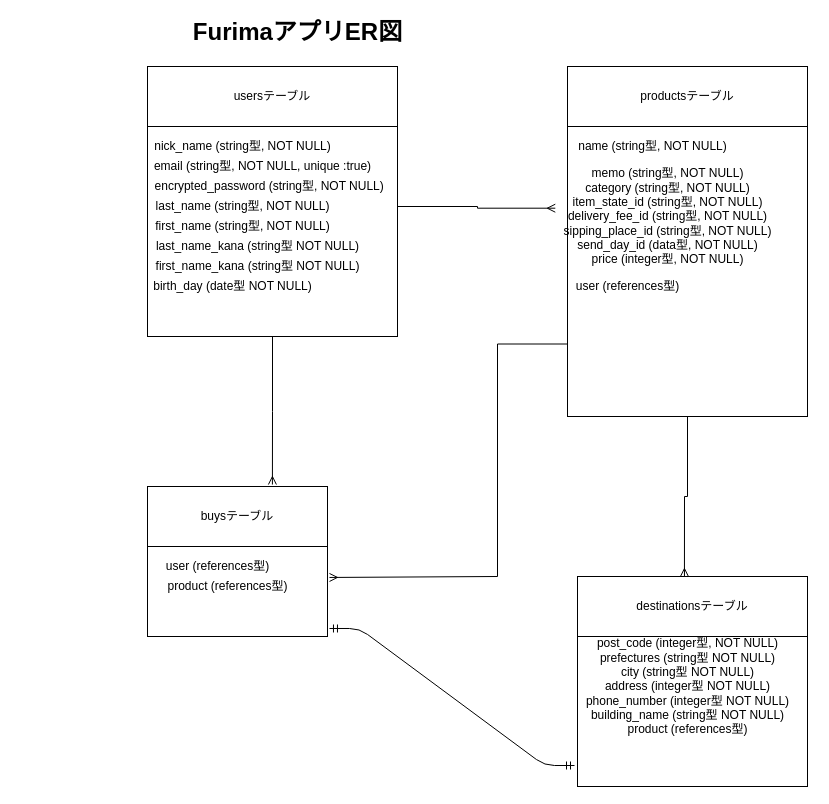
Before: furima.dio in yukesu26/furima-33080, a draw.io diagram. Source tidied: cells renumbered, new cells numbered last; positions are measured from the earlier drawing's top-left corner, leaving out a move shared by most shapes. Both pictures are drawn from the tidied source at 100%, with x=0, y=0 at pixel (17, 26).
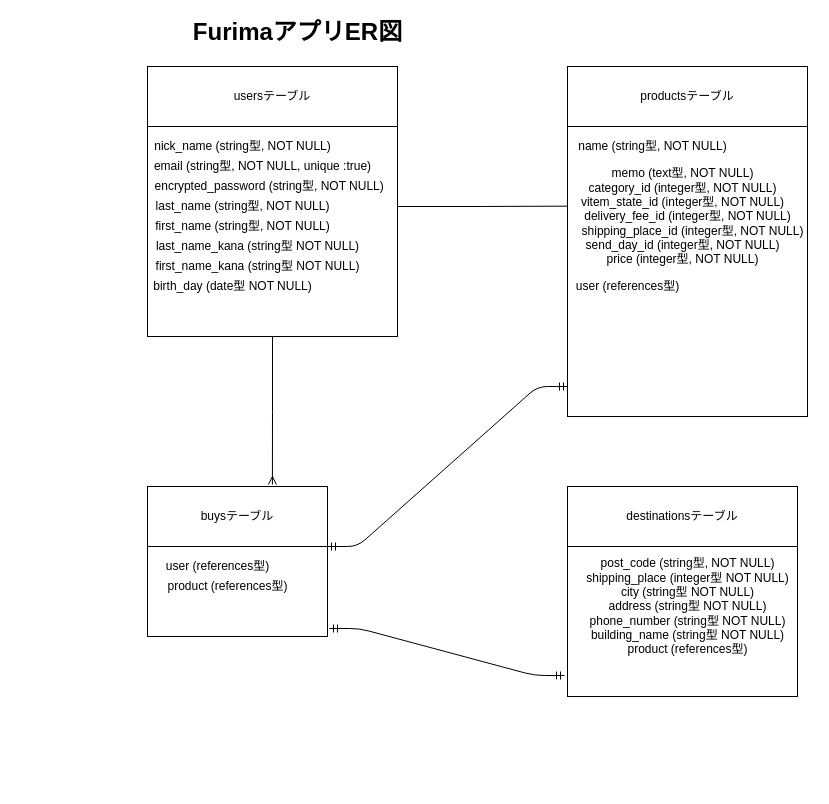
The same diagram, later.

Unchanged cells that the change refers to:
```xml
<mxCell id="5" style="whiteSpace=wrap;html=1;" parent="1" vertex="1">
  <mxGeometry x="130" y="50" width="250" height="260" as="geometry" />
</mxCell>
<mxCell id="18" style="rounded=0;whiteSpace=wrap;html=1;" parent="1" vertex="1">
  <mxGeometry x="550" y="100" width="240" height="290" as="geometry" />
</mxCell>
<mxCell id="25" value="buysテーブル" style="whiteSpace=wrap;html=1;" parent="1" vertex="1">
  <mxGeometry x="130" y="460" width="180" height="60" as="geometry" />
</mxCell>
<mxCell id="26" style="whiteSpace=wrap;html=1;" parent="1" vertex="1">
  <mxGeometry x="130" y="520" width="180" height="90" as="geometry" />
</mxCell>
```

What changed in the source:
```diff
@@
+    <mxCell id="4" style="edgeStyle=orthogonalEdgeStyle;rounded=0;jettySize=auto;html=1;entryX=0.694;entryY=-0.033;entryDx=0;entryDy=0;entryPerimeter=0;endArrow=ERmany;endFill=0;" parent="1" edge="1" source="5" target="25">
+      <mxGeometry relative="1" as="geometry" />
+    </mxCell>
-    <mxCell id="3" style="edgeStyle=orthogonalEdgeStyle;rounded=0;jettySize=auto;html=1;entryX=-0.01;entryY=0.417;entryDx=0;entryDy=0;entryPerimeter=0;endArrow=ERmany;endFill=0;" parent="1" edge="1" source="5" target="20">
+    <mxCell id="3" style="edgeStyle=orthogonalEdgeStyle;rounded=0;jettySize=auto;html=1;exitX=1;exitY=0.5;exitDx=0;exitDy=0;entryX=0.115;entryY=0.396;entryDx=0;entryDy=0;entryPerimeter=0;endArrow=ERmany;endFill=0;" parent="1" edge="1" source="5" target="20">
       <mxGeometry relative="1" as="geometry" />
     </mxCell>
-    <mxCell id="4" style="edgeStyle=orthogonalEdgeStyle;rounded=0;jettySize=auto;html=1;entryX=0.694;entryY=-0.033;entryDx=0;entryDy=0;entryPerimeter=0;endArrow=ERmany;endFill=0;" parent="1" edge="1" source="5" target="25">
-      <mxGeometry relative="1" as="geometry" />
-    </mxCell>
@@
-    <mxCell id="16" style="edgeStyle=orthogonalEdgeStyle;rounded=0;jettySize=auto;html=1;exitX=0;exitY=0.75;exitDx=0;exitDy=0;endArrow=ERmany;endFill=0;entryX=1.011;entryY=0.344;entryDx=0;entryDy=0;entryPerimeter=0;" parent="1" edge="1" source="18" target="26">
-      <mxGeometry relative="1" as="geometry">
-        <Array as="points">
-          <mxPoint x="480" y="318" />
-          <mxPoint x="480" y="550" />
-        </Array>
-      </mxGeometry>
-    </mxCell>
-    <mxCell id="17" style="edgeStyle=orthogonalEdgeStyle;rounded=0;jettySize=auto;html=1;exitX=0.5;exitY=1;exitDx=0;exitDy=0;endArrow=ERmany;endFill=0;entryX=0.465;entryY=0;entryDx=0;entryDy=0;entryPerimeter=0;" parent="1" edge="1" source="18" target="22">
-      <mxGeometry relative="1" as="geometry" />
-    </mxCell>
@@
-    <mxCell id="20" value="memo (string型, NOT NULL)&lt;br&gt;category (string型, NOT NULL)&lt;br&gt;item_state_id (string型, NOT NULL)&lt;br&gt;delivery_fee_id (string型, NOT NULL)&lt;br&gt;sipping_place_id (string型, NOT NULL)&lt;br&gt;send_day_id (data型, NOT NULL)&lt;br&gt;price (integer型, NOT NULL)" style="text;html=1;align=center;verticalAlign=middle;points=[];" parent="1" vertex="1">
-      <mxGeometry x="540" y="140" width="220" height="100" as="geometry" />
+    <mxCell id="20" value="memo (text型, NOT NULL)&lt;br&gt;category_id (integer型, NOT NULL)&lt;br&gt;vitem_state_id (integer型, NOT NULL)&lt;br&gt;&amp;nbsp; &amp;nbsp;delivery_fee_id (integer型, NOT NULL)&lt;br&gt;&amp;nbsp; &amp;nbsp; &amp;nbsp; shipping_place_id (integer型, NOT NULL)&lt;br&gt;send_day_id (integer型, NOT NULL)&lt;br&gt;price (integer型, NOT NULL)" style="text;html=1;align=center;verticalAlign=middle;points=[];" parent="1" vertex="1">
+      <mxGeometry x="535" y="140" width="260" height="100" as="geometry" />
     </mxCell>
@@
     <mxCell id="22" value="destinationsテーブル" style="whiteSpace=wrap;html=1;" parent="1" vertex="1">
-      <mxGeometry x="560" y="550" width="230" height="60" as="geometry" />
+      <mxGeometry x="550" y="460" width="230" height="60" as="geometry" />
     </mxCell>
     <mxCell id="23" style="whiteSpace=wrap;html=1;" parent="1" vertex="1">
-      <mxGeometry x="560" y="610" width="230" height="150" as="geometry" />
+      <mxGeometry x="550" y="520" width="230" height="150" as="geometry" />
     </mxCell>
-    <mxCell id="24" value="post_code (integer型, NOT NULL)&lt;br&gt;prefectures (string型 NOT NULL)&lt;br&gt;city (string型 NOT NULL)&lt;br&gt;address (integer型 NOT NULL)&lt;br&gt;phone_number (integer型 NOT NULL)&lt;br&gt;building_name (string型 NOT NULL)&lt;br&gt;product (references型)" style="text;html=1;align=center;verticalAlign=middle;" parent="1" vertex="1">
-      <mxGeometry x="560" y="610" width="220" height="100" as="geometry" />
+    <mxCell id="24" value="post_code (string型, NOT NULL)&lt;br&gt;shipping_place (integer型 NOT NULL)&lt;br&gt;city (string型 NOT NULL)&lt;br&gt;address (string型 NOT NULL)&lt;br&gt;phone_number (string型 NOT NULL)&lt;br&gt;building_name (string型 NOT NULL)&lt;br&gt;product (references型)" style="text;html=1;align=center;verticalAlign=middle;" parent="1" vertex="1">
+      <mxGeometry x="560" y="530" width="220" height="100" as="geometry" />
     </mxCell>
@@
+    <mxCell id="30" style="edgeStyle=entityRelationEdgeStyle;fontSize=12;html=1;endArrow=ERmandOne;startArrow=ERmandOne;exitX=1;exitY=0;exitDx=0;exitDy=0;" parent="1" edge="1" source="26">
+      <mxGeometry relative="1" as="geometry">
+        <mxPoint x="550" y="360" as="targetPoint" />
+      </mxGeometry>
+    </mxCell>
```
